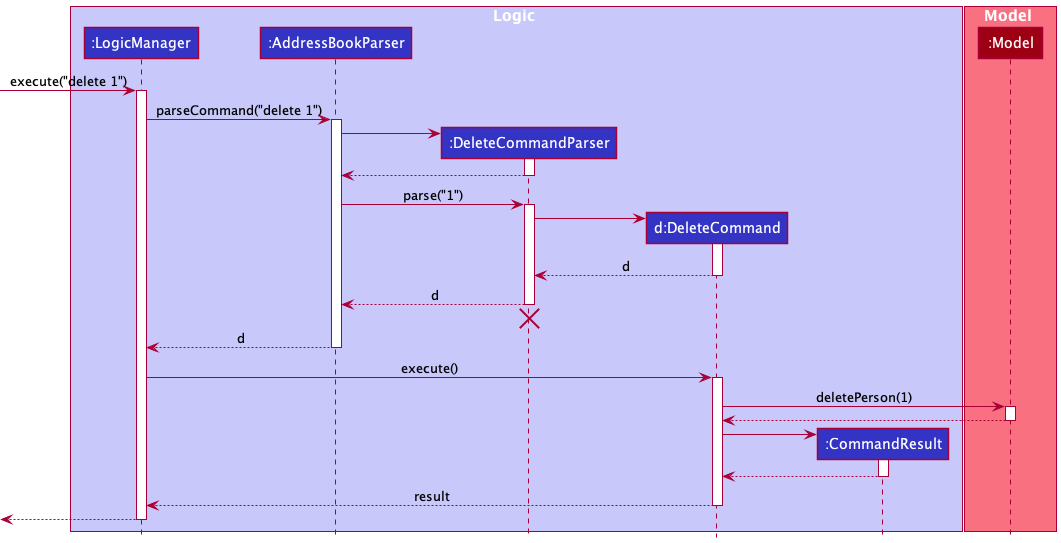
Above: docs/diagrams/DeleteSequenceDiagram.png in nus-cs2103-AY2021S2/tp (PlantUML), before the change.
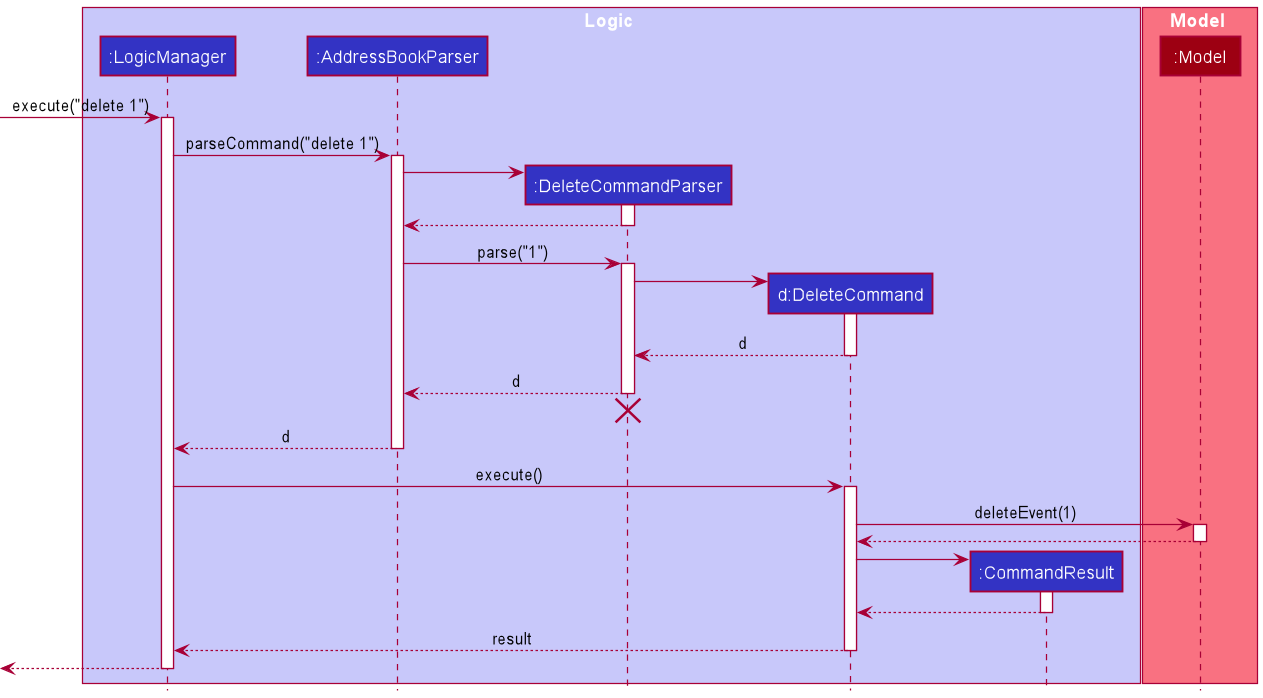
The same file after the commit.

The edit, as a diff of the source:
```diff
@@ -47,7 +47,7 @@
 LogicManager -> DeleteCommand : execute()
 activate DeleteCommand
 
-DeleteCommand -> Model : deletePerson(1)
+DeleteCommand -> Model : deleteEvent(1)
 activate Model
 
 Model --> DeleteCommand
```
